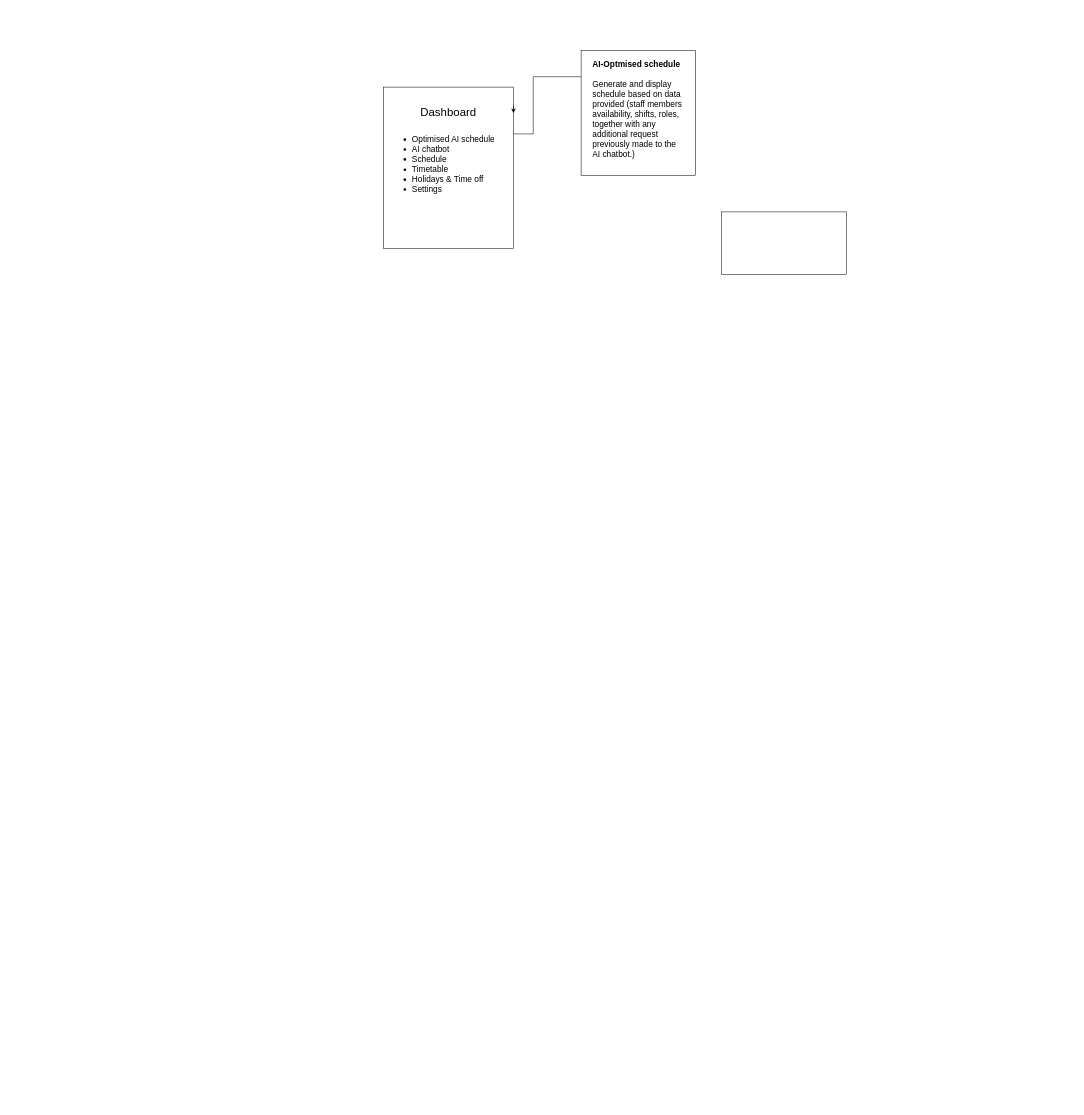
Earlier version of the draw.io diagram scheduleApp.drawio (IvanYuri/scheduler). Source tidied: cells renumbered, new cells numbered last; positions are measured from the earlier drawing's top-left corner, leaving out a move shared by most shapes. Both pictures are drawn from the tidied source at 52%, with x=0, y=0 at pixel (383, 50).
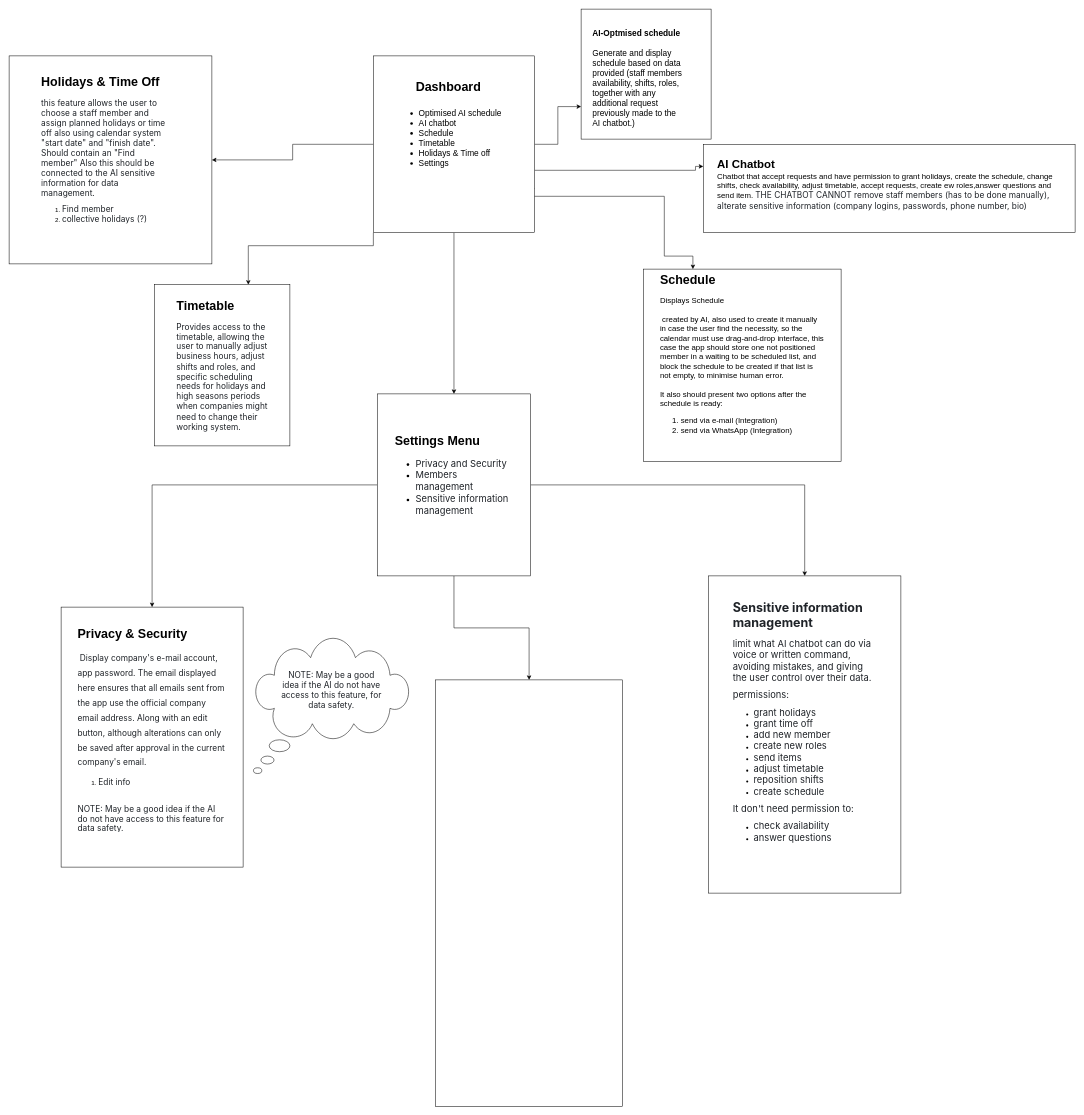
After the change.

What changed in the source:
```diff
@@
+    <mxCell id="10" style="edgeStyle=orthogonalEdgeStyle;rounded=0;jettySize=auto;html=1;entryX=0;entryY=0.25;entryDx=0;entryDy=0;" parent="1" edge="1" source="2" target="9">
+      <mxGeometry relative="1" as="geometry">
+        <Array as="points">
+          <mxPoint x="600" y="230" />
+        </Array>
+      </mxGeometry>
+    </mxCell>
+    <mxCell id="11" style="edgeStyle=orthogonalEdgeStyle;rounded=0;jettySize=auto;html=1;entryX=0;entryY=0.75;entryDx=0;entryDy=0;" parent="1" edge="1" source="2" target="7">
+      <mxGeometry relative="1" as="geometry" />
+    </mxCell>
+    <mxCell id="12" style="edgeStyle=orthogonalEdgeStyle;rounded=0;jettySize=auto;html=1;exitX=1;exitY=0.75;exitDx=0;exitDy=0;entryX=0.25;entryY=0;entryDx=0;entryDy=0;" parent="1" edge="1" source="2" target="17">
+      <mxGeometry relative="1" as="geometry">
+        <Array as="points">
+          <mxPoint x="250" y="265" />
+          <mxPoint x="250" y="280" />
+          <mxPoint x="540" y="280" />
+          <mxPoint x="540" y="395" />
+          <mxPoint x="595" y="395" />
+        </Array>
+      </mxGeometry>
+    </mxCell>
+    <mxCell id="13" style="edgeStyle=orthogonalEdgeStyle;rounded=0;jettySize=auto;html=1;entryX=1;entryY=0.5;entryDx=0;entryDy=0;" parent="1" edge="1" source="2" target="19">
+      <mxGeometry relative="1" as="geometry" />
+    </mxCell>
+    <mxCell id="14" style="edgeStyle=orthogonalEdgeStyle;rounded=0;jettySize=auto;html=1;exitX=0;exitY=1;exitDx=0;exitDy=0;" parent="1" edge="1" source="2" target="20">
+      <mxGeometry relative="1" as="geometry">
+        <Array as="points">
+          <mxPoint x="-20" y="375" />
+          <mxPoint x="-260" y="375" />
+        </Array>
+      </mxGeometry>
+    </mxCell>
+    <mxCell id="15" style="edgeStyle=orthogonalEdgeStyle;rounded=0;jettySize=auto;html=1;" parent="1" edge="1" source="2" target="24">
+      <mxGeometry relative="1" as="geometry" />
+    </mxCell>
     <mxCell id="2" style="rounded=0;whiteSpace=wrap;html=1;" parent="1" vertex="1">
-      <mxGeometry y="70" width="250" height="310" as="geometry" />
+      <mxGeometry x="-19.5" y="10" width="310" height="340" as="geometry" />
     </mxCell>
-    <mxCell id="3" value="Dashboard" style="text;html=1;align=center;verticalAlign=middle;whiteSpace=wrap;rounded=0;fontSize=22;" parent="1" vertex="1">
-      <mxGeometry y="90" width="250" height="60" as="geometry" />
+    <mxCell id="3" value="&lt;b&gt;&lt;font style=&quot;font-size: 24px;&quot;&gt;Dashboard&lt;/font&gt;&lt;/b&gt;" style="text;html=1;align=center;verticalAlign=middle;whiteSpace=wrap;rounded=0;fontSize=22;" parent="1" vertex="1">
+      <mxGeometry y="40" width="250" height="60" as="geometry" />
     </mxCell>
-    <mxCell id="4" style="edgeStyle=orthogonalEdgeStyle;rounded=0;jettySize=auto;html=1;entryX=-0.005;entryY=0.116;entryDx=0;entryDy=0;entryPerimeter=0;" parent="1" edge="1" target="7">
-      <mxGeometry relative="1" as="geometry">
-        <mxPoint x="251" y="160" as="sourcePoint" />
-        <Array as="points">
-          <mxPoint x="251" y="160" />
-          <mxPoint x="288" y="160" />
-          <mxPoint x="288" y="50" />
-          <mxPoint x="409" y="50" />
-        </Array>
-      </mxGeometry>
-    </mxCell>
     <mxCell id="5" value="&lt;ul style=&quot;font-size: 16px;&quot;&gt;&lt;li&gt;Optimised AI schedule&lt;/li&gt;&lt;li&gt;AI chatbot&lt;/li&gt;&lt;li&gt;Schedule&lt;/li&gt;&lt;li&gt;Timetable&lt;/li&gt;&lt;li&gt;Holidays &amp;amp; Time off&lt;/li&gt;&lt;li&gt;&lt;span style=&quot;background-color: initial; font-size: 16px;&quot;&gt;Settings&lt;/span&gt;&lt;/li&gt;&lt;/ul&gt;" style="text;html=1;whiteSpace=wrap;overflow=hidden;rounded=0;spacingTop=0;spacing=0;" parent="1" vertex="1">
-      <mxGeometry x="15" y="140" width="220" height="250" as="geometry" />
+      <mxGeometry x="28" y="90" width="215" height="170" as="geometry" />
     </mxCell>
-    <mxCell id="6" style="edgeStyle=orthogonalEdgeStyle;rounded=0;orthogonalLoop=1;jettySize=auto;html=1;exitX=1;exitY=0.25;exitDx=0;exitDy=0;entryX=1;entryY=0.5;entryDx=0;entryDy=0;" parent="1" edge="1" source="3" target="3">
-      <mxGeometry relative="1" as="geometry" />
-    </mxCell>
     <mxCell id="7" style="rounded=0;whiteSpace=wrap;html=1;" parent="1" vertex="1">
-      <mxGeometry x="380" width="220" height="240" as="geometry" />
+      <mxGeometry x="380" y="-80" width="250" height="250" as="geometry" />
     </mxCell>
-    <mxCell id="8" value="&lt;b&gt;&lt;font style=&quot;font-size: 16px;&quot;&gt;AI-Optmised schedule&lt;/font&gt;&lt;/b&gt;&lt;div&gt;&lt;span style=&quot;background-color: initial; font-size: 16px;&quot;&gt;&lt;br&gt;&lt;/span&gt;&lt;/div&gt;&lt;div&gt;&lt;span style=&quot;background-color: initial; font-size: 16px;&quot;&gt;Generate and display schedule based on data provided (staff members availability, shifts, roles, together with any additional request previously made to the AI chatbot.)&lt;/span&gt;&lt;/div&gt;" style="text;html=1;whiteSpace=wrap;overflow=hidden;rounded=0;" parent="1" vertex="1">
-      <mxGeometry x="400" y="10" width="180" height="220" as="geometry" />
+    <mxCell id="8" value="&lt;font style=&quot;font-size: 16px;&quot;&gt;&lt;b style=&quot;&quot;&gt;AI-Optmised schedule&lt;/b&gt;&lt;/font&gt;&lt;div style=&quot;font-size: 16px;&quot;&gt;&lt;span style=&quot;background-color: initial;&quot;&gt;&lt;br&gt;&lt;/span&gt;&lt;/div&gt;&lt;div&gt;&lt;span style=&quot;background-color: initial; font-size: 16px;&quot;&gt;Generate and display schedule based on data provided (staff members availability, shifts, roles, together with any additional request previously made to the AI chatbot.)&lt;/span&gt;&lt;/div&gt;" style="text;html=1;whiteSpace=wrap;overflow=hidden;rounded=0;" parent="1" vertex="1">
+      <mxGeometry x="400" y="-50" width="180" height="220" as="geometry" />
     </mxCell>
     <mxCell id="9" style="rounded=0;whiteSpace=wrap;html=1;" parent="1" vertex="1">
-      <mxGeometry x="650" y="310" width="240" height="120" as="geometry" />
+      <mxGeometry x="615" y="180" width="715" height="170" as="geometry" />
     </mxCell>
+    <mxCell id="16" value="&lt;b&gt;&lt;font style=&quot;font-size: 22px;&quot;&gt;AI Chatbot&lt;/font&gt;&lt;/b&gt;&lt;div&gt;&lt;font style=&quot;font-size: 15px;&quot;&gt;Chatbot that accept requests and have permission to grant holidays, create the schedule, change shifts, check availability, adjust timetable, accept requests, create ew roles,answer questions and send item.&amp;nbsp;&lt;/font&gt;&lt;span style=&quot;background-color: rgb(255, 255, 255); color: rgb(31, 35, 40); font-family: -apple-system, BlinkMacSystemFont, &amp;quot;Segoe UI&amp;quot;, &amp;quot;Noto Sans&amp;quot;, Helvetica, Arial, sans-serif, &amp;quot;Apple Color Emoji&amp;quot;, &amp;quot;Segoe UI Emoji&amp;quot;; font-size: 16px;&quot;&gt;THE CHATBOT CANNOT remove staff members (has to be done manually), alterate sensitive information (company logins, passwords, phone number, bio)&lt;/span&gt;&lt;/div&gt;" style="text;html=1;whiteSpace=wrap;overflow=hidden;rounded=0;" parent="1" vertex="1">
+      <mxGeometry x="640" y="200" width="660" height="120" as="geometry" />
+    </mxCell>
+    <mxCell id="17" style="rounded=0;whiteSpace=wrap;html=1;" parent="1" vertex="1">
+      <mxGeometry x="500" y="420" width="380" height="370" as="geometry" />
+    </mxCell>
+    <mxCell id="18" value="&lt;h1 style=&quot;margin-top: 0px;&quot;&gt;Schedule&lt;/h1&gt;&lt;div style=&quot;font-size: 15px;&quot;&gt;Displays Schedule&lt;/div&gt;&lt;div style=&quot;font-size: 15px;&quot;&gt;&lt;br&gt;&lt;/div&gt;&lt;div style=&quot;font-size: 15px;&quot;&gt;&amp;nbsp;created by AI, also used to create it manually in case the user find the necessity, so the calendar must use drag-and-drop interface, this case the app should store one not positioned member in a waiting to be scheduled list, and block the schedule to be created if that list is not empty, to minimise human error.&amp;nbsp;&lt;/div&gt;&lt;div style=&quot;font-size: 15px;&quot;&gt;&lt;br&gt;&lt;/div&gt;&lt;div style=&quot;font-size: 15px;&quot;&gt;&lt;span style=&quot;background-color: initial;&quot;&gt;It also should present two options after the schedule is ready:&lt;/span&gt;&lt;/div&gt;&lt;div style=&quot;font-size: 15px;&quot;&gt;&lt;ol&gt;&lt;li&gt;&lt;span style=&quot;background-color: initial;&quot;&gt;send via e-mail (Integration)&lt;/span&gt;&lt;/li&gt;&lt;li&gt;send via WhatsApp (Integration)&lt;/li&gt;&lt;/ol&gt;&lt;/div&gt;" style="text;html=1;whiteSpace=wrap;overflow=hidden;rounded=0;" parent="1" vertex="1">
+      <mxGeometry x="530" y="420" width="320" height="340" as="geometry" />
+    </mxCell>
+    <mxCell id="19" style="rounded=0;whiteSpace=wrap;html=1;" parent="1" vertex="1">
+      <mxGeometry x="-720" y="10" width="390" height="400" as="geometry" />
+    </mxCell>
+    <mxCell id="20" style="rounded=0;whiteSpace=wrap;html=1;" parent="1" vertex="1">
+      <mxGeometry x="-440" y="450" width="260" height="310" as="geometry" />
+    </mxCell>
+    <mxCell id="21" style="edgeStyle=orthogonalEdgeStyle;rounded=0;jettySize=auto;html=1;entryX=0.5;entryY=0;entryDx=0;entryDy=0;" parent="1" edge="1" source="24" target="28">
+      <mxGeometry relative="1" as="geometry" />
+    </mxCell>
+    <mxCell id="22" style="edgeStyle=orthogonalEdgeStyle;rounded=0;jettySize=auto;html=1;entryX=0.5;entryY=0;entryDx=0;entryDy=0;" parent="1" edge="1" source="24" target="30">
+      <mxGeometry relative="1" as="geometry" />
+    </mxCell>
+    <mxCell id="23" style="edgeStyle=orthogonalEdgeStyle;rounded=0;jettySize=auto;html=1;entryX=0.5;entryY=0;entryDx=0;entryDy=0;" parent="1" edge="1" source="24" target="29">
+      <mxGeometry relative="1" as="geometry" />
+    </mxCell>
+    <mxCell id="24" style="rounded=0;whiteSpace=wrap;html=1;" parent="1" vertex="1">
+      <mxGeometry x="-12" y="660" width="295" height="350" as="geometry" />
+    </mxCell>
+    <mxCell id="25" value="&lt;h1 style=&quot;margin-top: 0px;&quot;&gt;Holidays &amp;amp; Time Off&lt;/h1&gt;&lt;p&gt;&lt;span style=&quot;color: rgb(31, 35, 40); font-family: -apple-system, BlinkMacSystemFont, &amp;quot;Segoe UI&amp;quot;, &amp;quot;Noto Sans&amp;quot;, Helvetica, Arial, sans-serif, &amp;quot;Apple Color Emoji&amp;quot;, &amp;quot;Segoe UI Emoji&amp;quot;; font-size: 16px; background-color: rgb(255, 255, 255);&quot;&gt;this feature allows the user to choose a staff member and assign planned holidays or time off also using calendar system &quot;start date&quot; and &quot;finish date&quot;. Should contain an &quot;Find member&quot; Also this should be connected to the AI sensitive information for data management.&lt;/span&gt;&lt;/p&gt;&lt;p&gt;&lt;/p&gt;&lt;ol&gt;&lt;li&gt;&lt;span style=&quot;color: rgb(31, 35, 40); font-family: -apple-system, BlinkMacSystemFont, &amp;quot;Segoe UI&amp;quot;, &amp;quot;Noto Sans&amp;quot;, Helvetica, Arial, sans-serif, &amp;quot;Apple Color Emoji&amp;quot;, &amp;quot;Segoe UI Emoji&amp;quot;; font-size: 16px; background-color: rgb(255, 255, 255);&quot;&gt;Find member&lt;/span&gt;&lt;/li&gt;&lt;li&gt;&lt;font face=&quot;-apple-system, BlinkMacSystemFont, Segoe UI, Noto Sans, Helvetica, Arial, sans-serif, Apple Color Emoji, Segoe UI Emoji&quot; color=&quot;#1f2328&quot;&gt;&lt;span style=&quot;font-size: 16px; background-color: rgb(255, 255, 255);&quot;&gt;collective holidays (?)&lt;/span&gt;&lt;/font&gt;&lt;/li&gt;&lt;/ol&gt;&lt;p&gt;&lt;/p&gt;" style="text;html=1;whiteSpace=wrap;overflow=hidden;rounded=0;" parent="1" vertex="1">
+      <mxGeometry x="-660" y="40" width="250" height="290" as="geometry" />
+    </mxCell>
+    <mxCell id="26" value="&lt;h1 style=&quot;margin-top: 0px;&quot;&gt;Timetable&lt;/h1&gt;&lt;p&gt;&lt;span style=&quot;color: rgb(31, 35, 40); font-family: -apple-system, BlinkMacSystemFont, &amp;quot;Segoe UI&amp;quot;, &amp;quot;Noto Sans&amp;quot;, Helvetica, Arial, sans-serif, &amp;quot;Apple Color Emoji&amp;quot;, &amp;quot;Segoe UI Emoji&amp;quot;; font-size: 16px; background-color: rgb(255, 255, 255);&quot;&gt;Provides access to the timetable, allowing the user to manually adjust business hours, adjust shifts and roles, and specific scheduling needs for holidays and high seasons periods when companies might need to change their working system.&lt;/span&gt;&lt;br&gt;&lt;/p&gt;" style="text;html=1;whiteSpace=wrap;overflow=hidden;rounded=0;" parent="1" vertex="1">
+      <mxGeometry x="-400" y="470" width="180" height="270" as="geometry" />
+    </mxCell>
+    <mxCell id="27" value="&lt;h1 style=&quot;margin-top: 0px;&quot;&gt;&lt;span style=&quot;background-color: initial;&quot;&gt;Settings Menu&lt;/span&gt;&lt;/h1&gt;&lt;h1 style=&quot;margin-top: 0px; font-size: 18px;&quot;&gt;&lt;ul&gt;&lt;li&gt;&lt;span style=&quot;font-weight: normal;&quot;&gt;&lt;span style=&quot;color: rgb(31, 35, 40); font-family: -apple-system, BlinkMacSystemFont, &amp;quot;Segoe UI&amp;quot;, &amp;quot;Noto Sans&amp;quot;, Helvetica, Arial, sans-serif, &amp;quot;Apple Color Emoji&amp;quot;, &amp;quot;Segoe UI Emoji&amp;quot;; background-color: rgb(255, 255, 255);&quot;&gt;Privacy and Security&lt;/span&gt;&lt;br&gt;&lt;/span&gt;&lt;/li&gt;&lt;li&gt;&lt;span style=&quot;color: rgb(31, 35, 40); font-family: -apple-system, BlinkMacSystemFont, &amp;quot;Segoe UI&amp;quot;, &amp;quot;Noto Sans&amp;quot;, Helvetica, Arial, sans-serif, &amp;quot;Apple Color Emoji&amp;quot;, &amp;quot;Segoe UI Emoji&amp;quot;; background-color: rgb(255, 255, 255); font-weight: normal;&quot;&gt;Members management&lt;br&gt;&lt;/span&gt;&lt;/li&gt;&lt;li&gt;&lt;span style=&quot;color: rgb(31, 35, 40); font-family: -apple-system, BlinkMacSystemFont, &amp;quot;Segoe UI&amp;quot;, &amp;quot;Noto Sans&amp;quot;, Helvetica, Arial, sans-serif, &amp;quot;Apple Color Emoji&amp;quot;, &amp;quot;Segoe UI Emoji&amp;quot;; background-color: rgb(255, 255, 255);&quot;&gt;&lt;span style=&quot;font-weight: normal;&quot;&gt;Sensitive information management&lt;/span&gt;&lt;br&gt;&lt;/span&gt;&lt;/li&gt;&lt;/ul&gt;&lt;/h1&gt;" style="text;html=1;whiteSpace=wrap;overflow=hidden;rounded=0;" parent="1" vertex="1">
+      <mxGeometry x="20" y="730" width="230" height="195" as="geometry" />
+    </mxCell>
+    <mxCell id="28" style="rounded=0;whiteSpace=wrap;html=1;" parent="1" vertex="1">
+      <mxGeometry x="-620" y="1070" width="350" height="500" as="geometry" />
+    </mxCell>
+    <mxCell id="29" style="rounded=0;whiteSpace=wrap;html=1;" parent="1" vertex="1">
+      <mxGeometry x="100" y="1210" width="360" height="820" as="geometry" />
+    </mxCell>
+    <mxCell id="30" style="rounded=0;whiteSpace=wrap;html=1;" parent="1" vertex="1">
+      <mxGeometry x="625" y="1010" width="370" height="610" as="geometry" />
+    </mxCell>
+    <mxCell id="31" value="&lt;h1 style=&quot;margin-top: 0px;&quot;&gt;&lt;span style=&quot;background-color: initial;&quot;&gt;Privacy &amp;amp; Security&lt;/span&gt;&lt;/h1&gt;&lt;h1 style=&quot;margin-top: 0px;&quot;&gt;&lt;span style=&quot;color: rgb(31, 35, 40); font-family: -apple-system, BlinkMacSystemFont, &amp;quot;Segoe UI&amp;quot;, &amp;quot;Noto Sans&amp;quot;, Helvetica, Arial, sans-serif, &amp;quot;Apple Color Emoji&amp;quot;, &amp;quot;Segoe UI Emoji&amp;quot;; font-size: 16px; font-weight: 400; background-color: rgb(255, 255, 255);&quot;&gt;&amp;nbsp;Display company's e-mail account, app password. The email displayed here ensures that all emails sent from the app use the official company email address. Along with an edit button, although alterations can only be saved after approval in the current company's email.&lt;/span&gt;&lt;br&gt;&lt;/h1&gt;&lt;div&gt;&lt;ol&gt;&lt;li&gt;&lt;span style=&quot;color: rgb(31, 35, 40); font-family: -apple-system, BlinkMacSystemFont, &amp;quot;Segoe UI&amp;quot;, &amp;quot;Noto Sans&amp;quot;, Helvetica, Arial, sans-serif, &amp;quot;Apple Color Emoji&amp;quot;, &amp;quot;Segoe UI Emoji&amp;quot;; font-size: 16px; font-weight: 400; background-color: rgb(255, 255, 255);&quot;&gt;Edit info&lt;/span&gt;&lt;/li&gt;&lt;/ol&gt;&lt;font face=&quot;-apple-system, BlinkMacSystemFont, Segoe UI, Noto Sans, Helvetica, Arial, sans-serif, Apple Color Emoji, Segoe UI Emoji&quot; color=&quot;#1f2328&quot;&gt;&lt;span style=&quot;font-size: 16px;&quot;&gt;&lt;div&gt;&lt;font face=&quot;-apple-system, BlinkMacSystemFont, Segoe UI, Noto Sans, Helvetica, Arial, sans-serif, Apple Color Emoji, Segoe UI Emoji&quot; color=&quot;#1f2328&quot;&gt;&lt;span style=&quot;font-size: 16px;&quot;&gt;&lt;br&gt;&lt;/span&gt;&lt;/font&gt;&lt;/div&gt;NOTE: May be a good idea if the AI do not have access to this feature for data safety.&lt;/span&gt;&lt;/font&gt;&lt;/div&gt;&lt;div&gt;&lt;font face=&quot;-apple-system, BlinkMacSystemFont, Segoe UI, Noto Sans, Helvetica, Arial, sans-serif, Apple Color Emoji, Segoe UI Emoji&quot; color=&quot;#1f2328&quot;&gt;&lt;span style=&quot;font-size: 16px;&quot;&gt;&lt;br&gt;&lt;/span&gt;&lt;/font&gt;&lt;/div&gt;" style="text;html=1;whiteSpace=wrap;overflow=hidden;rounded=0;" parent="1" vertex="1">
+      <mxGeometry x="-590" y="1100" width="290" height="400" as="geometry" />
+    </mxCell>
+    <mxCell id="32" style="whiteSpace=wrap;html=1;shape=mxgraph.basic.cloud_callout;" parent="1" vertex="1">
+      <mxGeometry x="-250" y="1130" width="300" height="260" as="geometry" />
+    </mxCell>
+    <mxCell id="33" value="&lt;span style=&quot;color: rgb(31, 35, 40); font-family: -apple-system, BlinkMacSystemFont, &amp;quot;Segoe UI&amp;quot;, &amp;quot;Noto Sans&amp;quot;, Helvetica, Arial, sans-serif, &amp;quot;Apple Color Emoji&amp;quot;, &amp;quot;Segoe UI Emoji&amp;quot;; font-size: 16px; text-align: left;&quot;&gt;NOTE: May be a good idea if the AI do not have access to this feature, for data safety.&lt;/span&gt;" style="text;html=1;align=center;verticalAlign=middle;whiteSpace=wrap;rounded=0;" parent="1" vertex="1">
+      <mxGeometry x="-200" y="1190" width="200" height="80" as="geometry" />
+    </mxCell>
+    <mxCell id="34" value="&lt;h1 style=&quot;margin-top: 0px;&quot;&gt;&lt;font style=&quot;font-size: 24px;&quot;&gt;&lt;span style=&quot;color: rgb(31, 35, 40); font-family: -apple-system, BlinkMacSystemFont, &amp;quot;Segoe UI&amp;quot;, &amp;quot;Noto Sans&amp;quot;, Helvetica, Arial, sans-serif, &amp;quot;Apple Color Emoji&amp;quot;, &amp;quot;Segoe UI Emoji&amp;quot;; background-color: rgb(255, 255, 255);&quot;&gt;Sensitive information management&lt;/span&gt;&lt;br&gt;&lt;/font&gt;&lt;/h1&gt;&lt;p style=&quot;&quot;&gt;&lt;span style=&quot;color: rgb(31, 35, 40); font-family: -apple-system, BlinkMacSystemFont, &amp;quot;Segoe UI&amp;quot;, &amp;quot;Noto Sans&amp;quot;, Helvetica, Arial, sans-serif, &amp;quot;Apple Color Emoji&amp;quot;, &amp;quot;Segoe UI Emoji&amp;quot;; background-color: rgb(255, 255, 255);&quot;&gt;&lt;font style=&quot;font-size: 18px;&quot;&gt;limit what AI chatbot can do via voice or written command, avoiding mistakes, and giving the user control over their data.&lt;/font&gt;&lt;/span&gt;&lt;/p&gt;&lt;p style=&quot;&quot;&gt;&lt;font face=&quot;-apple-system, BlinkMacSystemFont, Segoe UI, Noto Sans, Helvetica, Arial, sans-serif, Apple Color Emoji, Segoe UI Emoji&quot; color=&quot;#1f2328&quot;&gt;&lt;span style=&quot;font-size: 18px;&quot;&gt;permissions:&lt;/span&gt;&lt;/font&gt;&lt;/p&gt;&lt;p style=&quot;&quot;&gt;&lt;/p&gt;&lt;ul&gt;&lt;li&gt;&lt;font face=&quot;-apple-system, BlinkMacSystemFont, Segoe UI, Noto Sans, Helvetica, Arial, sans-serif, Apple Color Emoji, Segoe UI Emoji&quot; color=&quot;#1f2328&quot;&gt;&lt;span style=&quot;font-size: 18px;&quot;&gt;grant holidays&lt;/span&gt;&lt;/font&gt;&lt;/li&gt;&lt;li&gt;&lt;font face=&quot;-apple-system, BlinkMacSystemFont, Segoe UI, Noto Sans, Helvetica, Arial, sans-serif, Apple Color Emoji, Segoe UI Emoji&quot; color=&quot;#1f2328&quot;&gt;&lt;span style=&quot;font-size: 18px;&quot;&gt;grant time off&lt;/span&gt;&lt;/font&gt;&lt;/li&gt;&lt;li&gt;&lt;font face=&quot;-apple-system, BlinkMacSystemFont, Segoe UI, Noto Sans, Helvetica, Arial, sans-serif, Apple Color Emoji, Segoe UI Emoji&quot; color=&quot;#1f2328&quot;&gt;&lt;span style=&quot;font-size: 18px;&quot;&gt;add new member&lt;/span&gt;&lt;/font&gt;&lt;/li&gt;&lt;li&gt;&lt;font face=&quot;-apple-system, BlinkMacSystemFont, Segoe UI, Noto Sans, Helvetica, Arial, sans-serif, Apple Color Emoji, Segoe UI Emoji&quot; color=&quot;#1f2328&quot;&gt;&lt;span style=&quot;font-size: 18px;&quot;&gt;create new roles&lt;/span&gt;&lt;/font&gt;&lt;/li&gt;&lt;li&gt;&lt;font face=&quot;-apple-system, BlinkMacSystemFont, Segoe UI, Noto Sans, Helvetica, Arial, sans-serif, Apple Color Emoji, Segoe UI Emoji&quot; color=&quot;#1f2328&quot;&gt;&lt;span style=&quot;font-size: 18px;&quot;&gt;send items&lt;/span&gt;&lt;/font&gt;&lt;/li&gt;&lt;li&gt;&lt;font face=&quot;-apple-system, BlinkMacSystemFont, Segoe UI, Noto Sans, Helvetica, Arial, sans-serif, Apple Color Emoji, Segoe UI Emoji&quot; color=&quot;#1f2328&quot;&gt;&lt;span style=&quot;font-size: 18px;&quot;&gt;adjust timetable&lt;/span&gt;&lt;/font&gt;&lt;/li&gt;&lt;li&gt;&lt;font face=&quot;-apple-system, BlinkMacSystemFont, Segoe UI, Noto Sans, Helvetica, Arial, sans-serif, Apple Color Emoji, Segoe UI Emoji&quot; color=&quot;#1f2328&quot;&gt;&lt;span style=&quot;font-size: 18px;&quot;&gt;reposition shifts&lt;/span&gt;&lt;/font&gt;&lt;/li&gt;&lt;li&gt;&lt;font face=&quot;-apple-system, BlinkMacSystemFont, Segoe UI, Noto Sans, Helvetica, Arial, sans-serif, Apple Color Emoji, Segoe UI Emoji&quot; color=&quot;#1f2328&quot;&gt;&lt;span style=&quot;font-size: 18px;&quot;&gt;create schedule&lt;/span&gt;&lt;/font&gt;&lt;/li&gt;&lt;/ul&gt;&lt;div&gt;&lt;font face=&quot;-apple-system, BlinkMacSystemFont, Segoe UI, Noto Sans, Helvetica, Arial, sans-serif, Apple Color Emoji, Segoe UI Emoji&quot; color=&quot;#1f2328&quot;&gt;&lt;span style=&quot;font-size: 18px;&quot;&gt;It don't need permission to:&lt;/span&gt;&lt;/font&gt;&lt;/div&gt;&lt;div&gt;&lt;ul&gt;&lt;li&gt;&lt;font face=&quot;-apple-system, BlinkMacSystemFont, Segoe UI, Noto Sans, Helvetica, Arial, sans-serif, Apple Color Emoji, Segoe UI Emoji&quot; color=&quot;#1f2328&quot;&gt;&lt;span style=&quot;font-size: 18px;&quot;&gt;check availability&lt;/span&gt;&lt;/font&gt;&lt;/li&gt;&lt;li&gt;&lt;font face=&quot;-apple-system, BlinkMacSystemFont, Segoe UI, Noto Sans, Helvetica, Arial, sans-serif, Apple Color Emoji, Segoe UI Emoji&quot; color=&quot;#1f2328&quot;&gt;&lt;span style=&quot;font-size: 18px;&quot;&gt;answer questions&lt;/span&gt;&lt;/font&gt;&lt;/li&gt;&lt;/ul&gt;&lt;/div&gt;&lt;p&gt;&lt;/p&gt;" style="text;html=1;whiteSpace=wrap;overflow=hidden;rounded=0;" parent="1" vertex="1">
+      <mxGeometry x="670" y="1050" width="280" height="510" as="geometry" />
+    </mxCell>
```
